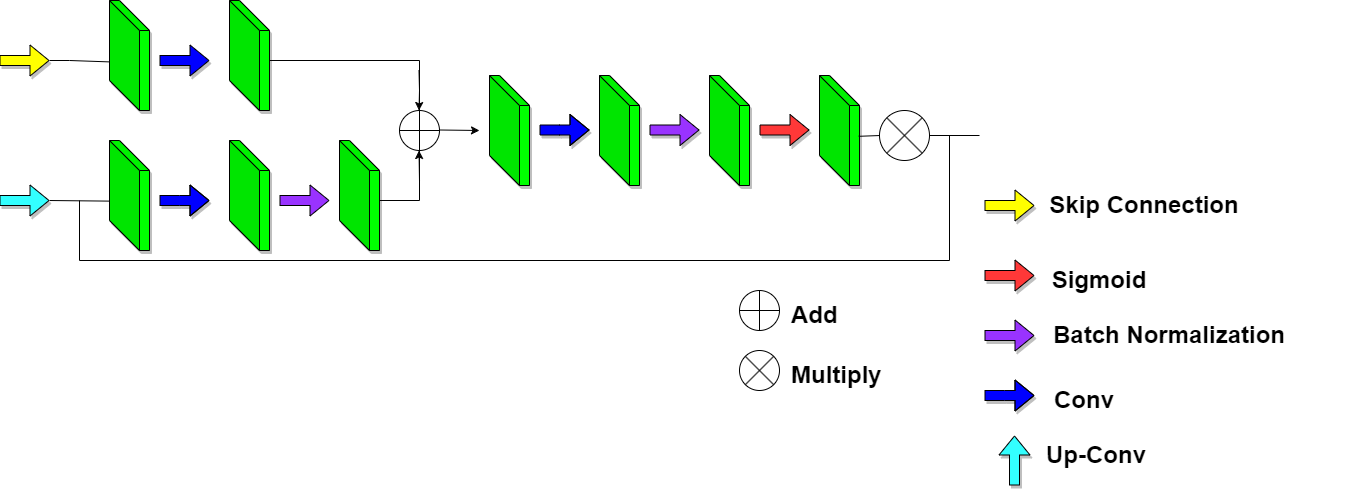
The draw.io diagram Untitled Diagram.drawio.png in AnayPanja/demo_drawing_at_draw.io, before a commit. Source tidied: cells renumbered, new cells last; positions are measured from the earlier drawing's top-left corner, leaving out a move shared by most shapes.
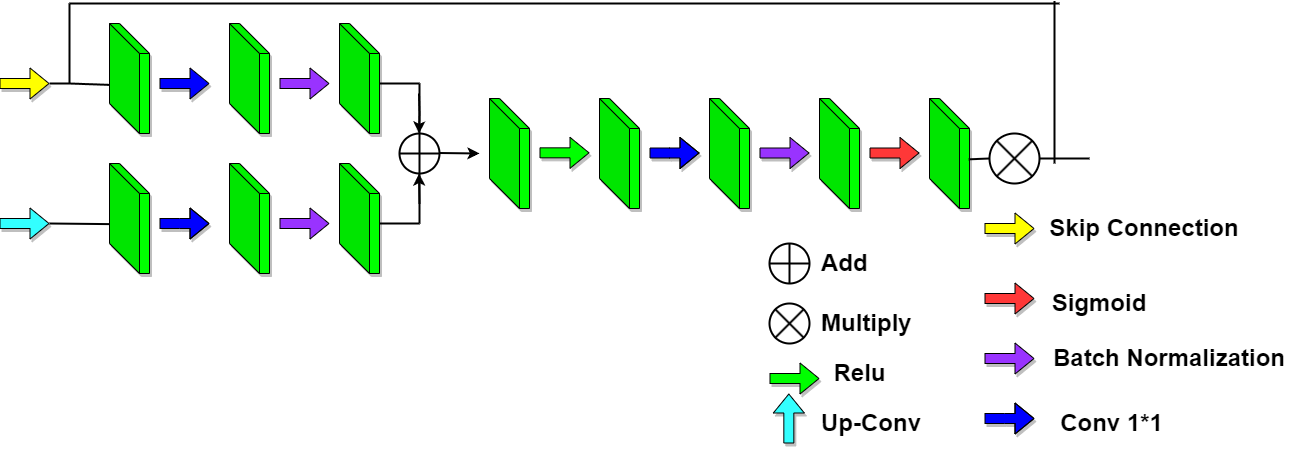
The same diagram one commit later.

Change to the diagram source:
```diff
@@ -38,24 +38,18 @@
     <mxCell id="9" style="shape=cube;whiteSpace=wrap;html=1;boundedLbl=1;backgroundOutline=1;darkOpacity=0.05;darkOpacity2=0.1;size=30;shadow=1;fillColor=#00FF00;" parent="1" vertex="1">
       <mxGeometry x="340" y="140" width="40" height="110" as="geometry" />
     </mxCell>
-    <mxCell id="10" style="endArrow=none;html=1;rounded=0;" parent="1" edge="1">
+    <mxCell id="10" style="endArrow=none;html=1;rounded=0;strokeWidth=2;" parent="1" edge="1">
       <mxGeometry relative="1" as="geometry">
         <mxPoint x="380" y="200" as="sourcePoint" />
         <mxPoint x="420" y="200" as="targetPoint" />
       </mxGeometry>
     </mxCell>
-    <mxCell id="11" style="endArrow=none;html=1;rounded=0;" parent="1" edge="1">
-      <mxGeometry relative="1" as="geometry">
-        <mxPoint x="270" y="60" as="sourcePoint" />
-        <mxPoint x="420" y="60" as="targetPoint" />
-      </mxGeometry>
-    </mxCell>
-    <mxCell id="12" style="endArrow=none;html=1;rounded=0;" parent="1" edge="1" source="14">
+    <mxCell id="12" style="endArrow=none;html=1;rounded=0;strokeWidth=2;" parent="1" edge="1" source="14">
       <mxGeometry relative="1" as="geometry">
         <mxPoint x="420" y="60" as="targetPoint" />
       </mxGeometry>
     </mxCell>
-    <mxCell id="13" style="endArrow=none;html=1;rounded=0;" parent="1" edge="1" target="14">
+    <mxCell id="13" style="endArrow=none;html=1;rounded=0;strokeWidth=2;" parent="1" edge="1" target="14">
       <mxGeometry relative="1" as="geometry">
         <mxPoint x="420" y="200" as="sourcePoint" />
         <Array as="points">
@@ -63,16 +57,16 @@
         </Array>
       </mxGeometry>
     </mxCell>
-    <mxCell id="14" style="shape=orEllipse;perimeter=ellipsePerimeter;whiteSpace=wrap;html=1;backgroundOutline=1;" parent="1" vertex="1">
+    <mxCell id="14" style="shape=orEllipse;perimeter=ellipsePerimeter;whiteSpace=wrap;html=1;backgroundOutline=1;strokeWidth=2;" parent="1" vertex="1">
       <mxGeometry x="400" y="110" width="40" height="40" as="geometry" />
     </mxCell>
-    <mxCell id="15" style="endArrow=classic;html=1;rounded=0;" parent="1" edge="1">
+    <mxCell id="15" style="endArrow=classic;html=1;rounded=0;strokeWidth=2;" parent="1" edge="1">
       <mxGeometry relative="1" as="geometry">
         <mxPoint x="420" y="180" as="sourcePoint" />
         <mxPoint x="419.5" y="150" as="targetPoint" />
       </mxGeometry>
     </mxCell>
-    <mxCell id="16" style="endArrow=classic;html=1;rounded=0;" parent="1" edge="1">
+    <mxCell id="16" style="endArrow=classic;html=1;rounded=0;strokeWidth=2;" parent="1" edge="1">
       <mxGeometry relative="1" as="geometry">
         <mxPoint x="419.5" y="70" as="sourcePoint" />
         <mxPoint x="419.5" y="110" as="targetPoint" />
@@ -81,44 +75,44 @@
         </Array>
       </mxGeometry>
     </mxCell>
-    <mxCell id="17" style="endArrow=classic;html=1;rounded=0;" parent="1" edge="1">
+    <mxCell id="17" style="endArrow=classic;html=1;rounded=0;strokeWidth=2;" parent="1" edge="1">
       <mxGeometry relative="1" as="geometry">
         <mxPoint x="440" y="129.5" as="sourcePoint" />
         <mxPoint x="480" y="130" as="targetPoint" />
       </mxGeometry>
     </mxCell>
     <mxCell id="18" style="shape=cube;whiteSpace=wrap;html=1;boundedLbl=1;backgroundOutline=1;darkOpacity=0.05;darkOpacity2=0.1;size=30;shadow=1;fillColor=#00FF00;" parent="1" vertex="1">
-      <mxGeometry x="490" y="75" width="40" height="110" as="geometry" />
+      <mxGeometry x="600" y="75" width="40" height="110" as="geometry" />
     </mxCell>
     <mxCell id="19" style="shape=flexArrow;endArrow=classic;html=1;rounded=0;fillColor=#0000FF;shadow=1;" parent="1" edge="1">
       <mxGeometry relative="1" as="geometry">
-        <mxPoint x="540" y="129.5" as="sourcePoint" />
-        <mxPoint x="590" y="129.5" as="targetPoint" />
+        <mxPoint x="650" y="129.5" as="sourcePoint" />
+        <mxPoint x="700" y="129.5" as="targetPoint" />
         <Array as="points">
-          <mxPoint x="560" y="129.5" />
+          <mxPoint x="670" y="129.5" />
         </Array>
       </mxGeometry>
     </mxCell>
     <mxCell id="20" style="shape=cube;whiteSpace=wrap;html=1;boundedLbl=1;backgroundOutline=1;darkOpacity=0.05;darkOpacity2=0.1;size=30;shadow=1;fillColor=#00FF00;" parent="1" vertex="1">
-      <mxGeometry x="600" y="75" width="40" height="110" as="geometry" />
+      <mxGeometry x="710" y="75" width="40" height="110" as="geometry" />
     </mxCell>
     <mxCell id="21" style="shape=cube;whiteSpace=wrap;html=1;boundedLbl=1;backgroundOutline=1;darkOpacity=0.05;darkOpacity2=0.1;size=30;shadow=1;fillColor=#00FF00;" parent="1" vertex="1">
-      <mxGeometry x="710" y="75" width="40" height="110" as="geometry" />
+      <mxGeometry x="820" y="75" width="40" height="110" as="geometry" />
     </mxCell>
     <mxCell id="22" style="shape=flexArrow;endArrow=classic;html=1;rounded=0;fillColor=#9933FF;shadow=1;" parent="1" edge="1">
       <mxGeometry relative="1" as="geometry">
-        <mxPoint x="650" y="129.5" as="sourcePoint" />
-        <mxPoint x="700" y="129.5" as="targetPoint" />
+        <mxPoint x="760" y="129.5" as="sourcePoint" />
+        <mxPoint x="810" y="129.5" as="targetPoint" />
       </mxGeometry>
     </mxCell>
     <mxCell id="23" style="shape=flexArrow;endArrow=classic;html=1;rounded=0;fillColor=#FF3838;shadow=1;" parent="1" edge="1">
       <mxGeometry relative="1" as="geometry">
-        <mxPoint x="760" y="129.5" as="sourcePoint" />
-        <mxPoint x="810" y="129.5" as="targetPoint" />
+        <mxPoint x="870" y="129.5" as="sourcePoint" />
+        <mxPoint x="920" y="129.5" as="targetPoint" />
       </mxGeometry>
     </mxCell>
     <mxCell id="24" style="shape=cube;whiteSpace=wrap;html=1;boundedLbl=1;backgroundOutline=1;darkOpacity=0.05;darkOpacity2=0.1;size=30;shadow=1;fillColor=#00FF00;" parent="1" vertex="1">
-      <mxGeometry x="820" y="75" width="40" height="110" as="geometry" />
+      <mxGeometry x="930" y="75" width="40" height="110" as="geometry" />
     </mxCell>
     <mxCell id="25" style="shape=flexArrow;endArrow=classic;html=1;rounded=0;fillColor=#FFFF00;shadow=1;" parent="1" edge="1">
       <mxGeometry relative="1" as="geometry">
@@ -132,18 +126,18 @@
         <mxPoint x="50" y="200" as="targetPoint" />
       </mxGeometry>
     </mxCell>
-    <mxCell id="27" style="shape=sumEllipse;perimeter=ellipsePerimeter;whiteSpace=wrap;html=1;backgroundOutline=1;" parent="1" vertex="1">
-      <mxGeometry x="880" y="110" width="50" height="50" as="geometry" />
+    <mxCell id="27" style="shape=sumEllipse;perimeter=ellipsePerimeter;whiteSpace=wrap;html=1;backgroundOutline=1;strokeWidth=2;" parent="1" vertex="1">
+      <mxGeometry x="990" y="110" width="50" height="50" as="geometry" />
     </mxCell>
-    <mxCell id="28" style="endArrow=none;html=1;rounded=0;exitX=0.98;exitY=0.553;exitDx=0;exitDy=0;exitPerimeter=0;entryX=0;entryY=0.5;entryDx=0;entryDy=0;" parent="1" edge="1" source="24" target="27">
+    <mxCell id="28" style="endArrow=none;html=1;rounded=0;exitX=0.98;exitY=0.553;exitDx=0;exitDy=0;exitPerimeter=0;entryX=0;entryY=0.5;entryDx=0;entryDy=0;strokeWidth=2;" parent="1" edge="1" source="24" target="27">
       <mxGeometry relative="1" as="geometry" />
     </mxCell>
-    <mxCell id="29" style="endArrow=none;html=1;rounded=0;entryX=-0.01;entryY=0.551;entryDx=0;entryDy=0;entryPerimeter=0;" parent="1" edge="1" target="3">
+    <mxCell id="29" style="endArrow=none;html=1;rounded=0;entryX=-0.01;entryY=0.551;entryDx=0;entryDy=0;entryPerimeter=0;strokeWidth=2;" parent="1" edge="1" target="3">
       <mxGeometry relative="1" as="geometry">
         <mxPoint x="50" y="200" as="sourcePoint" />
       </mxGeometry>
     </mxCell>
-    <mxCell id="30" style="endArrow=none;html=1;rounded=0;entryX=-0.01;entryY=0.558;entryDx=0;entryDy=0;entryPerimeter=0;" parent="1" edge="1" target="2">
+    <mxCell id="30" style="endArrow=none;html=1;rounded=0;entryX=-0.01;entryY=0.558;entryDx=0;entryDy=0;entryPerimeter=0;strokeWidth=2;" parent="1" edge="1" target="2">
       <mxGeometry relative="1" as="geometry">
         <mxPoint x="50" y="60" as="sourcePoint" />
         <Array as="points">
@@ -151,27 +145,27 @@
         </Array>
       </mxGeometry>
     </mxCell>
-    <mxCell id="31" style="endArrow=none;html=1;rounded=0;" parent="1" edge="1">
+    <mxCell id="31" style="endArrow=none;html=1;rounded=0;strokeWidth=2;" parent="1" edge="1">
       <mxGeometry relative="1" as="geometry">
-        <mxPoint x="80" y="260" as="sourcePoint" />
-        <mxPoint x="80" y="200" as="targetPoint" />
+        <mxPoint x="70" y="60" as="sourcePoint" />
+        <mxPoint x="70" y="-20" as="targetPoint" />
       </mxGeometry>
     </mxCell>
-    <mxCell id="32" style="endArrow=none;html=1;rounded=0;" parent="1" edge="1">
+    <mxCell id="32" style="endArrow=none;html=1;rounded=0;fontSize=16;strokeWidth=2;" parent="1" edge="1">
       <mxGeometry relative="1" as="geometry">
-        <mxPoint x="80" y="260" as="sourcePoint" />
-        <mxPoint x="950" y="260" as="targetPoint" />
+        <mxPoint x="70" y="-20" as="sourcePoint" />
+        <mxPoint x="1060" y="-20" as="targetPoint" />
       </mxGeometry>
     </mxCell>
-    <mxCell id="33" style="endArrow=none;html=1;rounded=0;" parent="1" edge="1">
+    <mxCell id="33" style="endArrow=none;html=1;rounded=0;strokeWidth=2;" parent="1" edge="1">
       <mxGeometry relative="1" as="geometry">
-        <mxPoint x="950" y="260" as="sourcePoint" />
-        <mxPoint x="950" y="135" as="targetPoint" />
+        <mxPoint x="1055" y="-22.5" as="sourcePoint" />
+        <mxPoint x="1055" y="140" as="targetPoint" />
       </mxGeometry>
     </mxCell>
-    <mxCell id="34" style="endArrow=none;html=1;rounded=0;exitX=1;exitY=0.5;exitDx=0;exitDy=0;" parent="1" edge="1" source="27">
+    <mxCell id="34" style="endArrow=none;html=1;rounded=0;exitX=1;exitY=0.5;exitDx=0;exitDy=0;strokeWidth=2;" parent="1" edge="1" source="27">
       <mxGeometry relative="1" as="geometry">
-        <mxPoint x="980" y="135" as="targetPoint" />
+        <mxPoint x="1090" y="135" as="targetPoint" />
       </mxGeometry>
     </mxCell>
     <mxCell id="35" style="shape=flexArrow;endArrow=classic;html=1;rounded=0;fillColor=#FFFF00;shadow=1;" parent="1" edge="1">
@@ -203,8 +197,8 @@
     </mxCell>
     <mxCell id="39" style="shape=flexArrow;endArrow=classic;html=1;rounded=0;fillColor=#33FFFF;shadow=1;" parent="1" edge="1">
       <mxGeometry relative="1" as="geometry">
-        <mxPoint x="1015" y="485" as="sourcePoint" />
-        <mxPoint x="1015" y="435" as="targetPoint" />
+        <mxPoint x="789.3" y="420" as="sourcePoint" />
+        <mxPoint x="789.3" y="370" as="targetPoint" />
       </mxGeometry>
     </mxCell>
     <mxCell id="40" value="&lt;font style=&quot;font-size: 24px;&quot;&gt;&lt;b&gt;Skip Connection&lt;/b&gt;&lt;/font&gt;" style="text;strokeColor=none;align=center;fillColor=none;html=1;verticalAlign=middle;whiteSpace=wrap;rounded=0;" parent="1" vertex="1">
@@ -216,23 +210,56 @@
     <mxCell id="42" value="&lt;font style=&quot;font-size: 24px;&quot;&gt;&lt;b&gt;Batch Normalization&lt;/b&gt;&lt;/font&gt;" style="text;strokeColor=none;align=center;fillColor=none;html=1;verticalAlign=middle;whiteSpace=wrap;rounded=0;" parent="1" vertex="1">
       <mxGeometry x="1045" y="295" width="250" height="80" as="geometry" />
     </mxCell>
-    <mxCell id="43" value="&lt;font style=&quot;font-size: 24px;&quot;&gt;&lt;b&gt;Conv&lt;/b&gt;&lt;/font&gt;" style="text;strokeColor=none;align=center;fillColor=none;html=1;verticalAlign=middle;whiteSpace=wrap;rounded=0;" parent="1" vertex="1">
-      <mxGeometry x="1055" y="375" width="60" height="50" as="geometry" />
+    <mxCell id="43" value="&lt;font style=&quot;font-size: 24px;&quot;&gt;&lt;b&gt;Conv 1*1&lt;/b&gt;&lt;/font&gt;" style="text;strokeColor=none;align=center;fillColor=none;html=1;verticalAlign=middle;whiteSpace=wrap;rounded=0;" parent="1" vertex="1">
+      <mxGeometry x="1055" y="375" width="115" height="50" as="geometry" />
     </mxCell>
     <mxCell id="44" value="&lt;font style=&quot;font-size: 24px;&quot;&gt;&lt;b&gt;Up-Conv&lt;/b&gt;&lt;/font&gt;" style="text;strokeColor=none;align=left;fillColor=none;html=1;verticalAlign=middle;whiteSpace=wrap;rounded=0;" parent="1" vertex="1">
-      <mxGeometry x="1045" y="440" width="300" height="30" as="geometry" />
+      <mxGeometry x="820" y="385" width="130" height="30" as="geometry" />
     </mxCell>
-    <mxCell id="45" style="shape=sumEllipse;perimeter=ellipsePerimeter;whiteSpace=wrap;html=1;backgroundOutline=1;" parent="1" vertex="1">
-      <mxGeometry x="740" y="350" width="40" height="40" as="geometry" />
+    <mxCell id="45" style="shape=sumEllipse;perimeter=ellipsePerimeter;whiteSpace=wrap;html=1;backgroundOutline=1;strokeWidth=2;" parent="1" vertex="1">
+      <mxGeometry x="770" y="280" width="40" height="40" as="geometry" />
     </mxCell>
-    <mxCell id="46" style="shape=orEllipse;perimeter=ellipsePerimeter;whiteSpace=wrap;html=1;backgroundOutline=1;" parent="1" vertex="1">
-      <mxGeometry x="740" y="290" width="40" height="40" as="geometry" />
+    <mxCell id="46" style="shape=orEllipse;perimeter=ellipsePerimeter;whiteSpace=wrap;html=1;backgroundOutline=1;strokeWidth=2;" parent="1" vertex="1">
+      <mxGeometry x="770" y="220" width="40" height="40" as="geometry" />
     </mxCell>
     <mxCell id="47" value="&lt;font style=&quot;font-size: 24px;&quot;&gt;&lt;b&gt;Add&lt;/b&gt;&lt;/font&gt;" style="text;strokeColor=none;align=left;fillColor=none;html=1;verticalAlign=middle;whiteSpace=wrap;rounded=0;" parent="1" vertex="1">
-      <mxGeometry x="790" y="300" width="180" height="30" as="geometry" />
+      <mxGeometry x="820" y="225" width="180" height="30" as="geometry" />
     </mxCell>
     <mxCell id="48" value="&lt;font style=&quot;font-size: 24px;&quot;&gt;&lt;b&gt;Multiply&lt;/b&gt;&lt;/font&gt;" style="text;strokeColor=none;align=left;fillColor=none;html=1;verticalAlign=middle;whiteSpace=wrap;rounded=0;" parent="1" vertex="1">
-      <mxGeometry x="790" y="360" width="180" height="30" as="geometry" />
+      <mxGeometry x="820" y="285" width="180" height="30" as="geometry" />
     </mxCell>
+    <mxCell id="49" style="shape=cube;whiteSpace=wrap;html=1;boundedLbl=1;backgroundOutline=1;darkOpacity=0.05;darkOpacity2=0.1;size=30;shadow=1;fillColor=#00FF00;" parent="1" vertex="1">
+      <mxGeometry x="340" width="40" height="110" as="geometry" />
+    </mxCell>
+    <mxCell id="50" style="shape=flexArrow;endArrow=classic;html=1;rounded=0;fillColor=#9933FF;" parent="1" edge="1">
+      <mxGeometry relative="1" as="geometry">
+        <mxPoint x="280" y="60" as="sourcePoint" />
+        <mxPoint x="330" y="60" as="targetPoint" />
+      </mxGeometry>
+    </mxCell>
+    <mxCell id="51" style="endArrow=none;html=1;rounded=0;strokeWidth=2;" parent="1" edge="1">
+      <mxGeometry relative="1" as="geometry">
+        <mxPoint x="380" y="60" as="sourcePoint" />
+        <mxPoint x="420" y="60" as="targetPoint" />
+      </mxGeometry>
+    </mxCell>
+    <mxCell id="52" style="shape=cube;whiteSpace=wrap;html=1;boundedLbl=1;backgroundOutline=1;darkOpacity=0.05;darkOpacity2=0.1;size=30;shadow=1;fillColor=#00FF00;" parent="1" vertex="1">
+      <mxGeometry x="490" y="75" width="40" height="110" as="geometry" />
+    </mxCell>
+    <mxCell id="53" style="shape=flexArrow;endArrow=classic;html=1;rounded=0;fillColor=#00FF00;shadow=1;" parent="1" edge="1">
+      <mxGeometry relative="1" as="geometry">
+        <mxPoint x="540" y="129.3" as="sourcePoint" />
+        <mxPoint x="590" y="129.3" as="targetPoint" />
+      </mxGeometry>
+    </mxCell>
+    <mxCell id="54" style="shape=flexArrow;endArrow=classic;html=1;rounded=0;fillColor=#00FF00;shadow=1;" parent="1" edge="1">
+      <mxGeometry relative="1" as="geometry">
+        <mxPoint x="770" y="355" as="sourcePoint" />
+        <mxPoint x="820" y="355" as="targetPoint" />
+      </mxGeometry>
+    </mxCell>
+    <mxCell id="55" value="&lt;font style=&quot;font-size: 24px;&quot;&gt;&lt;b&gt;Relu&lt;/b&gt;&lt;/font&gt;" style="text;html=1;align=center;verticalAlign=middle;strokeColor=none;fillColor=none;" parent="1" vertex="1">
+      <mxGeometry x="820" y="330" width="80" height="40" as="geometry" />
+    </mxCell>
   </root>
 </mxGraphModel>
```
